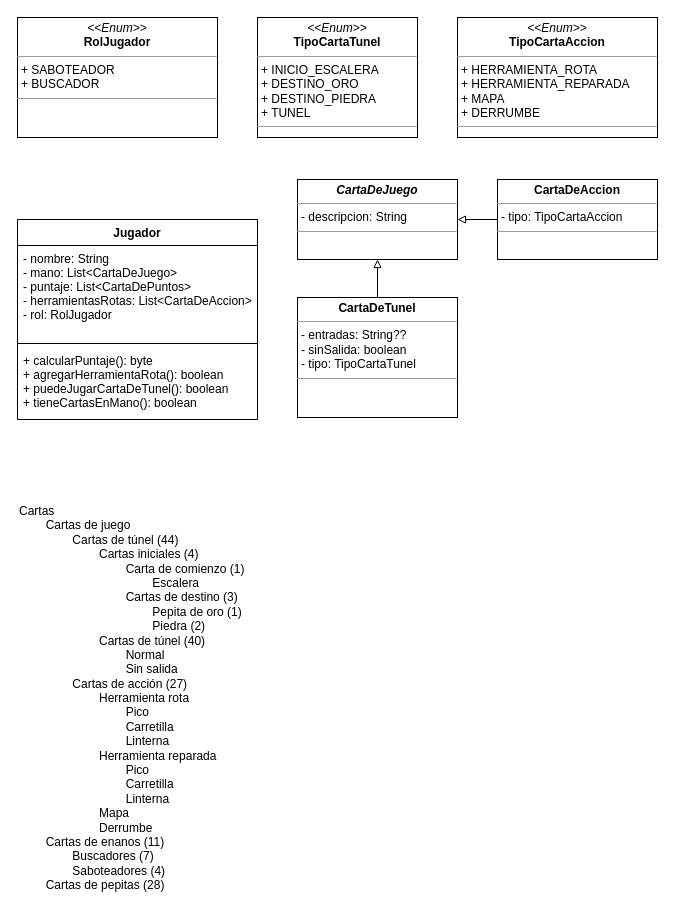
exe-quiel/saboteur-unlu-poo keeps this draw.io diagram as page "UML" (2 of 2) of Saboteur-UML.drawio. Above is the earlier version. Source tidied: cells renumbered, new cells numbered last; positions are measured from the earlier drawing's top-left corner, leaving out a move shared by most shapes. Both pictures are drawn from the tidied source at 100%, with x=0, y=0 at pixel (17, 17).
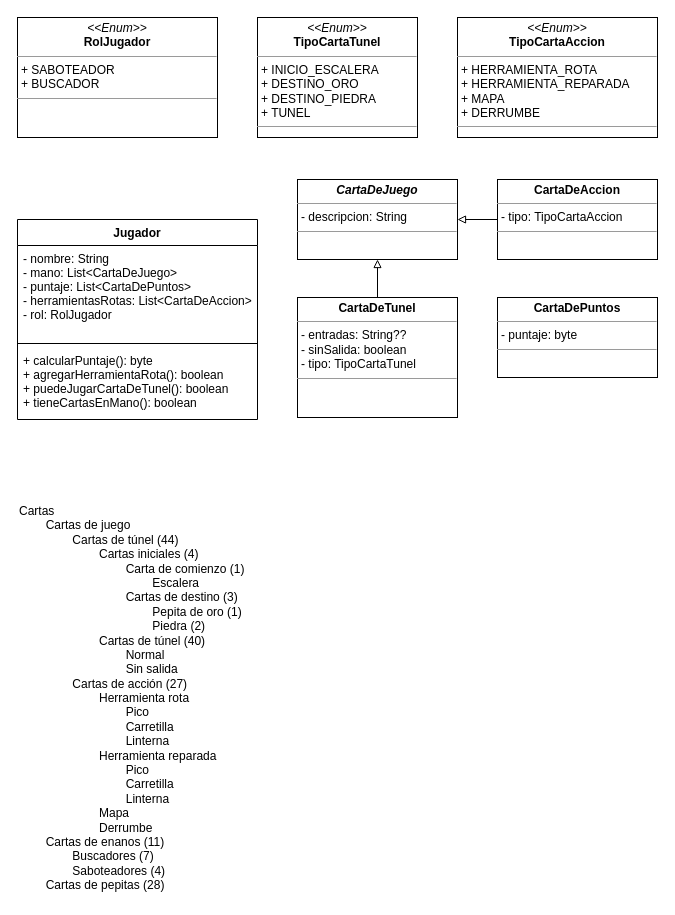
After the change.

The edit, as a diff of the source:
```diff
@@
 <mxGraphModel>
   <root>
     <mxCell id="0" />
     <mxCell id="1" parent="0" />
     <mxCell id="2" value="Jugador" style="swimlane;fontStyle=1;align=center;verticalAlign=top;horizontal=1;startSize=26;" parent="1" vertex="1">
       <mxGeometry y="202" width="240" height="200" as="geometry" />
     </mxCell>
     <mxCell id="3" value="- nombre: String&#10;- mano: List&lt;CartaDeJuego&gt;&#10;- puntaje: List&lt;CartaDePuntos&gt;&#10;- herramientasRotas: List&lt;CartaDeAccion&gt;&#10;- rol: RolJugador" style="text;strokeColor=none;fillColor=none;align=left;verticalAlign=top;spacingLeft=4;spacingRight=4;overflow=hidden;" parent="2" vertex="1">
       <mxGeometry y="26" width="240" height="94" as="geometry" />
     </mxCell>
     <mxCell id="4" style="line;strokeWidth=1;fillColor=none;align=left;verticalAlign=middle;spacingTop=-1;spacingLeft=3;spacingRight=3;labelPosition=right;strokeColor=inherit;" parent="2" vertex="1">
       <mxGeometry y="120" width="240" height="8" as="geometry" />
     </mxCell>
     <mxCell id="5" value="+ calcularPuntaje(): byte&#10;+ agregarHerramientaRota(): boolean&#10;+ puedeJugarCartaDeTunel(): boolean&#10;+ tieneCartasEnMano(): boolean" style="text;strokeColor=none;fillColor=none;align=left;verticalAlign=top;spacingLeft=4;spacingRight=4;overflow=hidden;" parent="2" vertex="1">
       <mxGeometry y="128" width="240" height="72" as="geometry" />
     </mxCell>
     <mxCell id="6" value="&lt;p style=&quot;margin:0px;margin-top:4px;text-align:center;&quot;&gt;&lt;i&gt;&amp;lt;&amp;lt;Enum&amp;gt;&amp;gt;&lt;/i&gt;&lt;br&gt;&lt;b&gt;RolJugador&lt;/b&gt;&lt;/p&gt;&lt;hr size=&quot;1&quot;&gt;&lt;p style=&quot;margin:0px;margin-left:4px;&quot;&gt;+ SABOTEADOR&lt;br&gt;+ BUSCADOR&lt;/p&gt;&lt;hr size=&quot;1&quot;&gt;&lt;p style=&quot;margin:0px;margin-left:4px;&quot;&gt;&lt;br&gt;&lt;/p&gt;" style="verticalAlign=top;align=left;overflow=fill;fontSize=12;fontFamily=Helvetica;html=1;" parent="1" vertex="1">
       <mxGeometry width="200" height="120" as="geometry" />
     </mxCell>
     <mxCell id="7" value="&lt;p style=&quot;margin:0px;margin-top:4px;text-align:center;&quot;&gt;&lt;b&gt;&lt;i&gt;CartaDeJuego&lt;/i&gt;&lt;/b&gt;&lt;/p&gt;&lt;hr size=&quot;1&quot;&gt;&lt;p style=&quot;margin:0px;margin-left:4px;&quot;&gt;&lt;span style=&quot;background-color: initial;&quot;&gt;- descripcion: String&lt;/span&gt;&lt;/p&gt;&lt;hr size=&quot;1&quot;&gt;&lt;p style=&quot;margin:0px;margin-left:4px;&quot;&gt;&lt;br&gt;&lt;/p&gt;" style="verticalAlign=top;align=left;overflow=fill;fontSize=12;fontFamily=Helvetica;html=1;" parent="1" vertex="1">
       <mxGeometry x="280" y="162" width="160" height="80" as="geometry" />
     </mxCell>
     <mxCell id="8" value="Cartas&lt;br&gt;&lt;span style=&quot;white-space: pre;&quot;&gt;&#9;&lt;/span&gt;Cartas de juego&lt;br&gt;&lt;span style=&quot;white-space: pre;&quot;&gt;&#9;&lt;/span&gt;&lt;span style=&quot;white-space: pre;&quot;&gt;&#9;&lt;/span&gt;Cartas de túnel (44)&lt;br&gt;&lt;span style=&quot;white-space: pre;&quot;&gt;&#9;&lt;/span&gt;&lt;span style=&quot;white-space: pre;&quot;&gt;&#9;&lt;/span&gt;&lt;span style=&quot;white-space: pre;&quot;&gt;&#9;&lt;/span&gt;Cartas iniciales (4)&lt;br&gt;&lt;span style=&quot;white-space: pre;&quot;&gt;&#9;&lt;/span&gt;&lt;span style=&quot;white-space: pre;&quot;&gt;&#9;&lt;/span&gt;&lt;span style=&quot;white-space: pre;&quot;&gt;&#9;&lt;/span&gt;&lt;span style=&quot;white-space: pre;&quot;&gt;&#9;&lt;/span&gt;Carta de comienzo (1)&lt;br&gt;&lt;span style=&quot;white-space: pre;&quot;&gt;&#9;&lt;/span&gt;&lt;span style=&quot;white-space: pre;&quot;&gt;&#9;&lt;/span&gt;&lt;span style=&quot;white-space: pre;&quot;&gt;&#9;&lt;/span&gt;&lt;span style=&quot;white-space: pre;&quot;&gt;&#9;&lt;/span&gt;&lt;span style=&quot;white-space: pre;&quot;&gt;&#9;&lt;/span&gt;Escalera&lt;br&gt;&lt;span style=&quot;white-space: pre;&quot;&gt;&#9;&lt;/span&gt;&lt;span style=&quot;white-space: pre;&quot;&gt;&#9;&lt;/span&gt;&lt;span style=&quot;white-space: pre;&quot;&gt;&#9;&lt;/span&gt;&lt;span style=&quot;white-space: pre;&quot;&gt;&#9;&lt;/span&gt;Cartas de destino (3)&lt;br&gt;&lt;span style=&quot;background-color: initial;&quot;&gt;&lt;span style=&quot;white-space: pre;&quot;&gt;&#9;&lt;/span&gt;&lt;span style=&quot;white-space: pre;&quot;&gt;&#9;&lt;/span&gt;&lt;span style=&quot;white-space: pre;&quot;&gt;&#9;&lt;/span&gt;&lt;span style=&quot;white-space: pre;&quot;&gt;&#9;&lt;/span&gt;&lt;span style=&quot;white-space: pre;&quot;&gt;&#9;&lt;/span&gt;Pepita de oro (1)&lt;br&gt;&lt;/span&gt;&lt;span style=&quot;background-color: initial;&quot;&gt;&lt;span style=&quot;white-space: pre;&quot;&gt;&#9;&lt;/span&gt;&lt;span style=&quot;white-space: pre;&quot;&gt;&#9;&lt;/span&gt;&lt;span style=&quot;white-space: pre;&quot;&gt;&#9;&lt;/span&gt;&lt;span style=&quot;white-space: pre;&quot;&gt;&#9;&lt;/span&gt;&lt;span style=&quot;white-space: pre;&quot;&gt;&#9;&lt;/span&gt;Piedra (2)&lt;/span&gt;&lt;span style=&quot;background-color: initial;&quot;&gt;&lt;br&gt;&lt;/span&gt;&lt;span style=&quot;white-space: pre;&quot;&gt;&#9;&lt;/span&gt;&lt;span style=&quot;white-space: pre;&quot;&gt;&#9;&lt;/span&gt;&lt;span style=&quot;white-space: pre;&quot;&gt;&#9;&lt;/span&gt;Cartas de túnel (40)&lt;br&gt;&lt;span style=&quot;white-space: pre;&quot;&gt;&#9;&lt;/span&gt;&lt;span style=&quot;white-space: pre;&quot;&gt;&#9;&lt;/span&gt;&lt;span style=&quot;white-space: pre;&quot;&gt;&#9;&lt;/span&gt;&lt;span style=&quot;white-space: pre;&quot;&gt;&#9;&lt;/span&gt;Normal&lt;br&gt;&lt;span style=&quot;white-space: pre;&quot;&gt;&#9;&lt;/span&gt;&lt;span style=&quot;white-space: pre;&quot;&gt;&#9;&lt;/span&gt;&lt;span style=&quot;white-space: pre;&quot;&gt;&#9;&lt;/span&gt;&lt;span style=&quot;white-space: pre;&quot;&gt;&#9;&lt;/span&gt;Sin salida&lt;br&gt;&lt;span style=&quot;background-color: initial;&quot;&gt;&lt;span style=&quot;white-space: pre;&quot;&gt;&#9;&lt;/span&gt;&lt;span style=&quot;white-space: pre;&quot;&gt;&#9;&lt;/span&gt;Cartas de acción (27)&lt;br&gt;&lt;/span&gt;&lt;span style=&quot;background-color: initial;&quot;&gt;&lt;span style=&quot;white-space: pre;&quot;&gt;&#9;&lt;/span&gt;&lt;span style=&quot;white-space: pre;&quot;&gt;&#9;&lt;span style=&quot;white-space: pre;&quot;&gt;&#9;&lt;/span&gt;&lt;/span&gt;Herramienta rota&lt;br&gt;&lt;/span&gt;&lt;span style=&quot;background-color: initial;&quot;&gt;&lt;span style=&quot;white-space: pre;&quot;&gt;&#9;&lt;/span&gt;&lt;span style=&quot;white-space: pre;&quot;&gt;&#9;&lt;/span&gt;&lt;span style=&quot;white-space: pre;&quot;&gt;&#9;&lt;/span&gt;&lt;span style=&quot;white-space: pre;&quot;&gt;&#9;&lt;/span&gt;Pico&lt;br&gt;&lt;/span&gt;&lt;span style=&quot;background-color: initial;&quot;&gt;&lt;span style=&quot;white-space: pre;&quot;&gt;&#9;&lt;/span&gt;&lt;span style=&quot;white-space: pre;&quot;&gt;&#9;&lt;/span&gt;&lt;span style=&quot;white-space: pre;&quot;&gt;&#9;&lt;/span&gt;&lt;span style=&quot;white-space: pre;&quot;&gt;&#9;&lt;/span&gt;Carretilla&lt;br&gt;&lt;/span&gt;&lt;span style=&quot;background-color: initial;&quot;&gt;&lt;span style=&quot;white-space: pre;&quot;&gt;&#9;&lt;/span&gt;&lt;span style=&quot;white-space: pre;&quot;&gt;&#9;&lt;/span&gt;&lt;span style=&quot;white-space: pre;&quot;&gt;&#9;&lt;/span&gt;&lt;span style=&quot;white-space: pre;&quot;&gt;&#9;&lt;/span&gt;Linterna&lt;br&gt;&lt;/span&gt;&lt;span style=&quot;background-color: initial;&quot;&gt;&lt;span style=&quot;white-space: pre;&quot;&gt;&#9;&lt;/span&gt;&lt;span style=&quot;white-space: pre;&quot;&gt;&#9;&lt;/span&gt;&lt;span style=&quot;white-space: pre;&quot;&gt;&#9;&lt;/span&gt;Herramienta reparada&lt;br&gt;&lt;/span&gt;&lt;span style=&quot;background-color: initial;&quot;&gt;&lt;span style=&quot;white-space: pre;&quot;&gt;&#9;&lt;/span&gt;&lt;span style=&quot;white-space: pre;&quot;&gt;&#9;&lt;/span&gt;&lt;span style=&quot;white-space: pre;&quot;&gt;&#9;&lt;/span&gt;&lt;span style=&quot;white-space: pre;&quot;&gt;&#9;&lt;/span&gt;Pico&lt;br&gt;&lt;/span&gt;&lt;span style=&quot;background-color: initial;&quot;&gt;&lt;span style=&quot;white-space: pre;&quot;&gt;&#9;&lt;/span&gt;&lt;span style=&quot;white-space: pre;&quot;&gt;&#9;&lt;/span&gt;&lt;span style=&quot;white-space: pre;&quot;&gt;&#9;&lt;/span&gt;&lt;span style=&quot;white-space: pre;&quot;&gt;&#9;&lt;/span&gt;Carretilla&lt;br&gt;&lt;/span&gt;&lt;span style=&quot;background-color: initial; white-space: pre;&quot;&gt;&lt;span style=&quot;white-space: pre;&quot;&gt;&#9;&lt;/span&gt;&lt;span style=&quot;white-space: pre;&quot;&gt;&#9;&lt;/span&gt;&lt;span style=&quot;white-space: pre;&quot;&gt;&#9;&lt;/span&gt;&lt;span style=&quot;white-space: pre;&quot;&gt;&#9;&lt;/span&gt;L&lt;/span&gt;&lt;span style=&quot;background-color: initial;&quot;&gt;interna&lt;br&gt;&lt;/span&gt;&lt;span style=&quot;background-color: initial;&quot;&gt;&lt;span style=&quot;white-space: pre;&quot;&gt;&#9;&lt;/span&gt;&lt;span style=&quot;white-space: pre;&quot;&gt;&#9;&lt;/span&gt;&lt;span style=&quot;white-space: pre;&quot;&gt;&#9;&lt;/span&gt;Mapa&lt;br&gt;&lt;/span&gt;&lt;span style=&quot;background-color: initial;&quot;&gt;&lt;span style=&quot;white-space: pre;&quot;&gt;&#9;&lt;/span&gt;&lt;span style=&quot;white-space: pre;&quot;&gt;&#9;&lt;/span&gt;&lt;span style=&quot;white-space: pre;&quot;&gt;&#9;&lt;/span&gt;Derrumbe&lt;br&gt;&lt;/span&gt;&lt;span style=&quot;white-space: pre;&quot;&gt;&#9;&lt;/span&gt;Cartas de enanos (11)&lt;br&gt;&lt;span style=&quot;white-space: pre;&quot;&gt;&#9;&lt;/span&gt;&lt;span style=&quot;white-space: pre;&quot;&gt;&#9;&lt;/span&gt;Buscadores (7)&lt;br&gt;&lt;span style=&quot;white-space: pre;&quot;&gt;&#9;&lt;/span&gt;&lt;span style=&quot;white-space: pre;&quot;&gt;&#9;&lt;/span&gt;Saboteadores (4)&lt;br&gt;&lt;span style=&quot;white-space: pre;&quot;&gt;&#9;&lt;/span&gt;Cartas de pepitas (28)" style="text;html=1;align=left;verticalAlign=top;strokeColor=none;fillColor=none;" parent="1" vertex="1">
       <mxGeometry y="480" width="240" height="400" as="geometry" />
     </mxCell>
     <mxCell id="9" style="edgeStyle=orthogonalEdgeStyle;rounded=0;jettySize=auto;html=1;endArrow=block;endFill=0;" parent="1" edge="1" source="10" target="7">
       <mxGeometry relative="1" as="geometry" />
     </mxCell>
     <mxCell id="10" value="&lt;p style=&quot;margin:0px;margin-top:4px;text-align:center;&quot;&gt;&lt;b&gt;CartaDeTunel&lt;/b&gt;&lt;/p&gt;&lt;hr size=&quot;1&quot;&gt;&lt;p style=&quot;margin:0px;margin-left:4px;&quot;&gt;- entradas: String??&lt;/p&gt;&lt;p style=&quot;margin:0px;margin-left:4px;&quot;&gt;- sinSalida: boolean&lt;/p&gt;&lt;p style=&quot;margin:0px;margin-left:4px;&quot;&gt;- tipo: TipoCartaTunel&lt;/p&gt;&lt;hr size=&quot;1&quot;&gt;&lt;p style=&quot;margin:0px;margin-left:4px;&quot;&gt;&lt;br&gt;&lt;/p&gt;" style="verticalAlign=top;align=left;overflow=fill;fontSize=12;fontFamily=Helvetica;html=1;" parent="1" vertex="1">
       <mxGeometry x="280" y="280" width="160" height="120" as="geometry" />
     </mxCell>
     <mxCell id="11" style="edgeStyle=orthogonalEdgeStyle;rounded=0;jettySize=auto;html=1;endArrow=block;endFill=0;" parent="1" edge="1" source="12" target="7">
       <mxGeometry relative="1" as="geometry" />
     </mxCell>
     <mxCell id="12" value="&lt;p style=&quot;margin:0px;margin-top:4px;text-align:center;&quot;&gt;&lt;b&gt;CartaDeAccion&lt;/b&gt;&lt;/p&gt;&lt;hr size=&quot;1&quot;&gt;&lt;p style=&quot;margin:0px;margin-left:4px;&quot;&gt;- tipo: TipoCartaAccion&lt;/p&gt;&lt;hr size=&quot;1&quot;&gt;&lt;p style=&quot;margin:0px;margin-left:4px;&quot;&gt;&lt;br&gt;&lt;/p&gt;" style="verticalAlign=top;align=left;overflow=fill;fontSize=12;fontFamily=Helvetica;html=1;" parent="1" vertex="1">
       <mxGeometry x="480" y="162" width="160" height="80" as="geometry" />
     </mxCell>
     <mxCell id="13" value="&lt;p style=&quot;margin:0px;margin-top:4px;text-align:center;&quot;&gt;&lt;i&gt;&amp;lt;&amp;lt;Enum&amp;gt;&amp;gt;&lt;/i&gt;&lt;br&gt;&lt;b&gt;TipoCartaTunel&lt;/b&gt;&lt;/p&gt;&lt;hr size=&quot;1&quot;&gt;&lt;p style=&quot;margin:0px;margin-left:4px;&quot;&gt;+ INICIO_ESCALERA&lt;br&gt;+ DESTINO_ORO&lt;/p&gt;&lt;p style=&quot;margin:0px;margin-left:4px;&quot;&gt;+ DESTINO_PIEDRA&lt;/p&gt;&lt;p style=&quot;margin:0px;margin-left:4px;&quot;&gt;+ TUNEL&lt;/p&gt;&lt;hr size=&quot;1&quot;&gt;&lt;p style=&quot;margin:0px;margin-left:4px;&quot;&gt;&lt;br&gt;&lt;/p&gt;" style="verticalAlign=top;align=left;overflow=fill;fontSize=12;fontFamily=Helvetica;html=1;" parent="1" vertex="1">
       <mxGeometry x="240" width="160" height="120" as="geometry" />
     </mxCell>
     <mxCell id="14" value="&lt;p style=&quot;margin:0px;margin-top:4px;text-align:center;&quot;&gt;&lt;i&gt;&amp;lt;&amp;lt;Enum&amp;gt;&amp;gt;&lt;/i&gt;&lt;br&gt;&lt;b&gt;TipoCartaAccion&lt;/b&gt;&lt;/p&gt;&lt;hr size=&quot;1&quot;&gt;&lt;p style=&quot;margin:0px;margin-left:4px;&quot;&gt;+ HERRAMIENTA_ROTA&lt;br&gt;+ HERRAMIENTA_REPARADA&lt;/p&gt;&lt;p style=&quot;margin:0px;margin-left:4px;&quot;&gt;+ MAPA&lt;/p&gt;&lt;p style=&quot;margin:0px;margin-left:4px;&quot;&gt;+ DERRUMBE&lt;/p&gt;&lt;hr size=&quot;1&quot;&gt;&lt;p style=&quot;margin:0px;margin-left:4px;&quot;&gt;&lt;br&gt;&lt;/p&gt;" style="verticalAlign=top;align=left;overflow=fill;fontSize=12;fontFamily=Helvetica;html=1;" parent="1" vertex="1">
       <mxGeometry x="440" width="200" height="120" as="geometry" />
     </mxCell>
+    <mxCell id="15" value="&lt;p style=&quot;margin:0px;margin-top:4px;text-align:center;&quot;&gt;&lt;b&gt;CartaDePuntos&lt;/b&gt;&lt;/p&gt;&lt;hr size=&quot;1&quot;&gt;&lt;p style=&quot;margin:0px;margin-left:4px;&quot;&gt;- puntaje: byte&lt;br&gt;&lt;/p&gt;&lt;hr size=&quot;1&quot;&gt;&lt;p style=&quot;margin:0px;margin-left:4px;&quot;&gt;&lt;br&gt;&lt;/p&gt;" style="verticalAlign=top;align=left;overflow=fill;fontSize=12;fontFamily=Helvetica;html=1;" parent="1" vertex="1">
+      <mxGeometry x="480" y="280" width="160" height="80" as="geometry" />
+    </mxCell>
   </root>
 </mxGraphModel>
```
